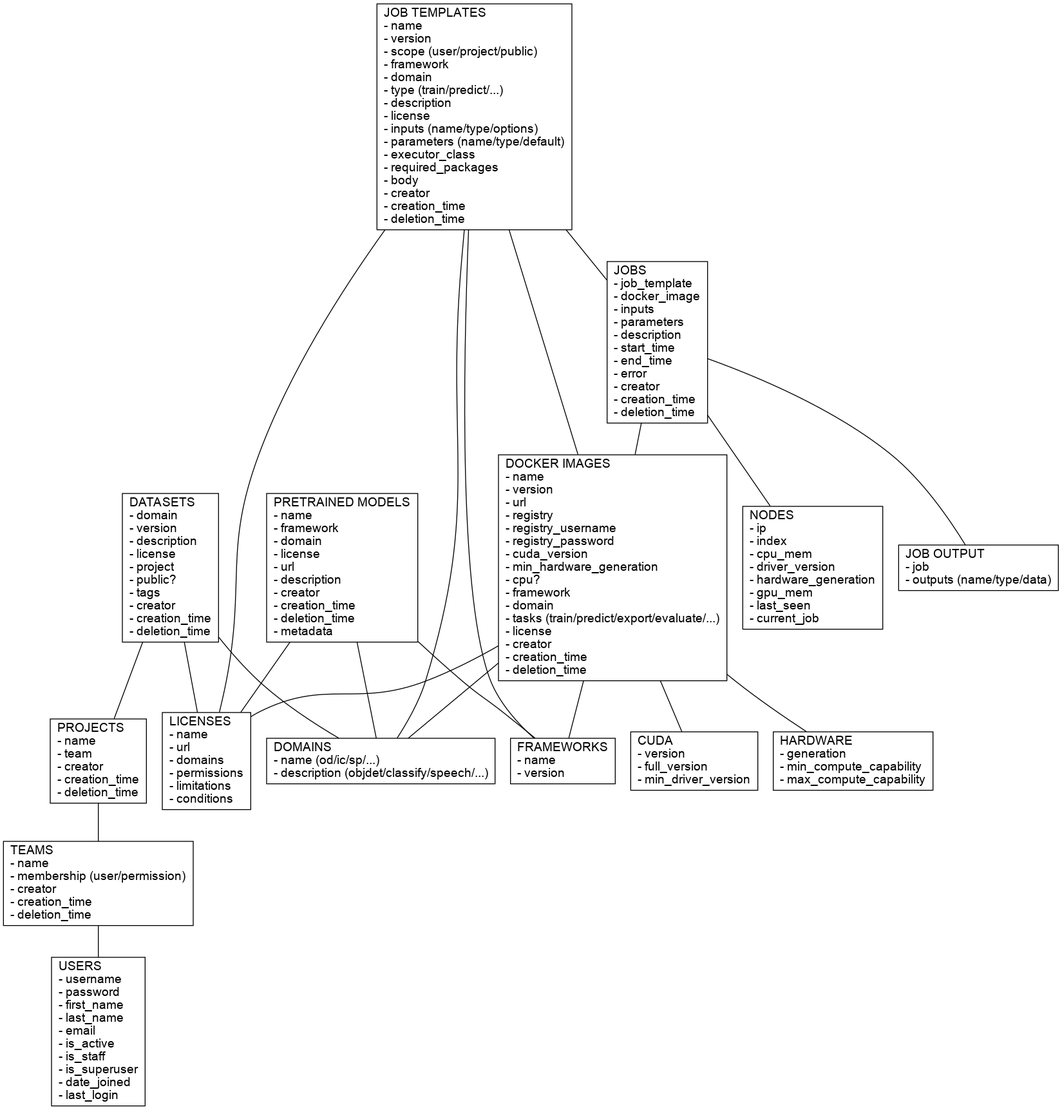
Before: docs/img/api.png, a diagram exported from Graphviz (waikato-ufdl/ufdl-api). Its source is kept beside it as docs/img/api.dot.
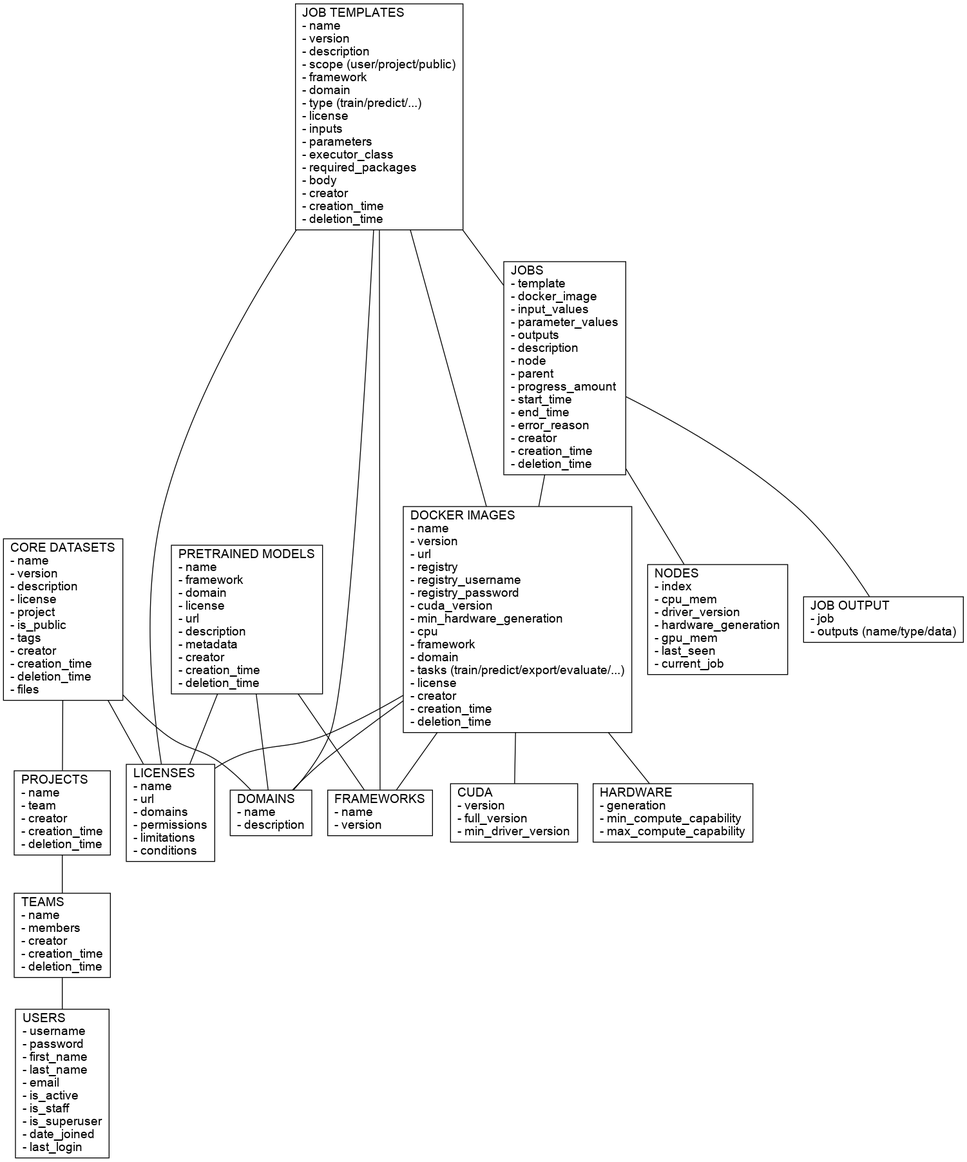
The same diagram one commit later.

Commit message:
updated to reflect API changes

What changed in the source:
```diff
@@ -3,21 +3,21 @@
   node [shape=record fontname=Arial];
 
   users [label = "USERS\l- username\l- password\l- first_name\l- last_name\l- email\l- is_active\l- is_staff\l- is_superuser\l- date_joined\l- last_login\l"];
-  teams [label = "TEAMS\l- name\l- membership (user/permission)\l- creator\l- creation_time\l- deletion_time\l"];
+  teams [label = "TEAMS\l- name\l- members\l- creator\l- creation_time\l- deletion_time\l"];
   projects [label = "PROJECTS\l- name\l- team\l- creator\l- creation_time\l- deletion_time\l"];
   licenses [label = "LICENSES\l- name\l- url\l- domains\l- permissions\l- limitations\l- conditions\l"];
-  domains [label = "DOMAINS\l- name (od/ic/sp/...)\l- description (objdet/classify/speech/...)\l"];
+  domains [label = "DOMAINS\l- name\l- description\l"];
 
   cuda [label = "CUDA\l- version\l- full_version\l- min_driver_version"];
-  docker_images [label = "DOCKER IMAGES\l- name\l- version\l- url\l- registry\l- registry_username\l- registry_password\l- cuda_version\l- min_hardware_generation\l- cpu?\l- framework\l- domain\l- tasks (train/predict/export/evaluate/...)\l- license\l- creator\l- creation_time\l- deletion_time\l"];
+  docker_images [label = "DOCKER IMAGES\l- name\l- version\l- url\l- registry\l- registry_username\l- registry_password\l- cuda_version\l- min_hardware_generation\l- cpu\l- framework\l- domain\l- tasks (train/predict/export/evaluate/...)\l- license\l- creator\l- creation_time\l- deletion_time\l"];
   frameworks [label = "FRAMEWORKS\l- name\l- version\l"];
   hardware [label = "HARDWARE\l- generation\l- min_compute_capability\l- max_compute_capability\l"];
-  nodes [label = "NODES\l- ip\l- index\l- cpu_mem\l- driver_version\l- hardware_generation\l- gpu_mem\l- last_seen\l- current_job\l"];
+  nodes [label = "NODES\l- index\l- cpu_mem\l- driver_version\l- hardware_generation\l- gpu_mem\l- last_seen\l- current_job\l"];
 
-  datasets [label = "DATASETS\l- domain\l- version\l- description\l- license\l- project\l- public?\l- tags\l- creator\l- creation_time\l- deletion_time\l"];
-  pretrained_models [label = "PRETRAINED MODELS\l- name\l- framework\l- domain\l- license\l- url\l- description\l- creator\l- creation_time\l- deletion_time\l- metadata\l"];
-  job_templates [label = "JOB TEMPLATES\l- name\l- version\l- scope (user/project/public)\l- framework\l- domain\l- type (train/predict/...)\l- description\l- license\l- inputs (name/type/options)\l- parameters (name/type/default)\l- executor_class\l- required_packages\l- body\l- creator\l- creation_time\l- deletion_time\l"];
-  jobs [label = "JOBS\l- job_template\l- docker_image\l- inputs\l- parameters\l- description\l- start_time\l- end_time\l- error\l- creator\l- creation_time\l- deletion_time\l"];
+  datasets [label = "CORE DATASETS\l- name\l- version\l- description\l- license\l- project\l- is_public\l- tags\l- creator\l- creation_time\l- deletion_time\l- files\l"];
+  pretrained_models [label = "PRETRAINED MODELS\l- name\l- framework\l- domain\l- license\l- url\l- description\l- metadata\l- creator\l- creation_time\l- deletion_time\l"];
+  job_templates [label = "JOB TEMPLATES\l- name\l- version\l- description\l- scope (user/project/public)\l- framework\l- domain\l- type (train/predict/...)\l- license\l- inputs\l- parameters\l- executor_class\l- required_packages\l- body\l- creator\l- creation_time\l- deletion_time\l"];
+  jobs [label = "JOBS\l- template\l- docker_image\l- input_values\l- parameter_values\l- outputs\l- description\l- node\l- parent\l- progress_amount\l- start_time\l- end_time\l- error_reason\l- creator\l- creation_time\l- deletion_time\l"];
   job_output [label = "JOB OUTPUT\l- job\l- outputs (name/type/data)\l"];
 
   teams -- users;
```
